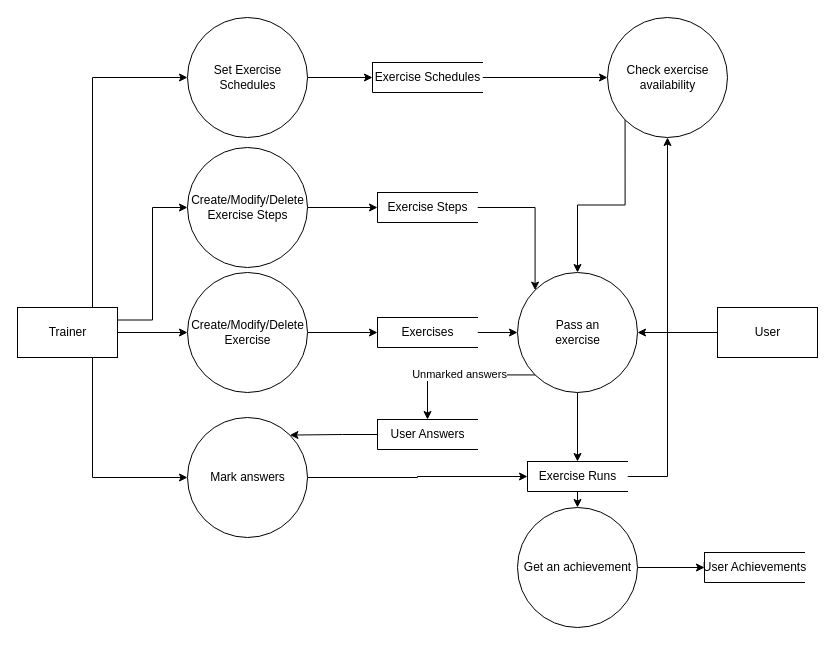
Before: page "Page-1" (1 of 2) of DFD/DFD.drawio in SneakBug8/BusinessAnalysis, a draw.io diagram. Source tidied: cells renumbered, new cells numbered last; positions are measured from the earlier drawing's top-left corner, leaving out a move shared by most shapes. Both pictures are drawn from the tidied source at 100%, with x=0, y=0 at pixel (17, 17).
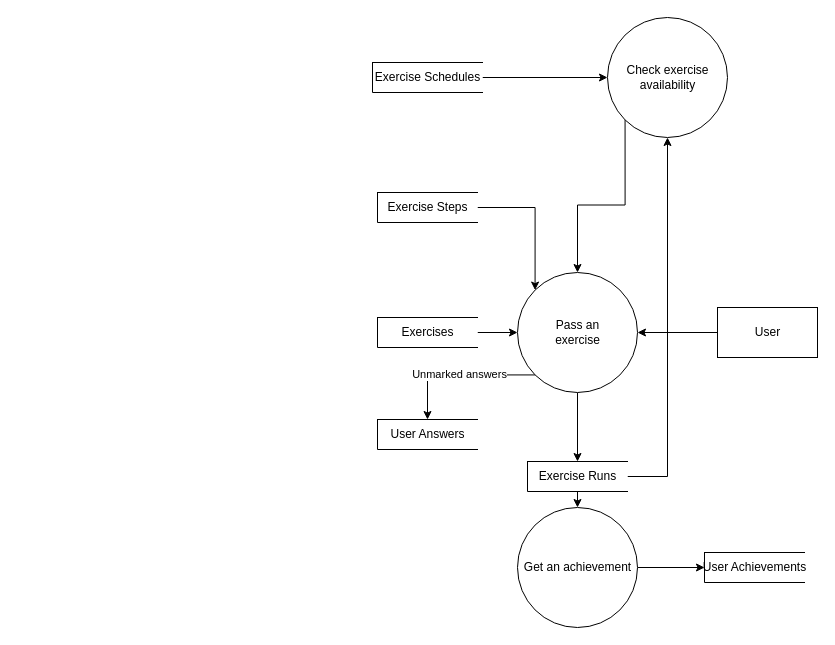
Above is the later version.

Unchanged cells that the change refers to:
```xml
<mxCell id="4" value="Exercise Runs" style="html=1;dashed=0;whitespace=wrap;shape=partialRectangle;right=0;comic=0;" parent="1" vertex="1">
  <mxGeometry x="510" y="444" width="100" height="30" as="geometry" />
</mxCell>
<mxCell id="7" value="Exercises" style="html=1;dashed=0;whitespace=wrap;shape=partialRectangle;right=0;comic=0;" parent="1" vertex="1">
  <mxGeometry x="360" y="300" width="100" height="30" as="geometry" />
</mxCell>
<mxCell id="9" value="Exercise Steps" style="html=1;dashed=0;whitespace=wrap;shape=partialRectangle;right=0;comic=0;" parent="1" vertex="1">
  <mxGeometry x="360" y="175" width="100" height="30" as="geometry" />
</mxCell>
<mxCell id="11" value="User Answers" style="html=1;dashed=0;whitespace=wrap;shape=partialRectangle;right=0;comic=0;" parent="1" vertex="1">
  <mxGeometry x="360" y="402" width="100" height="30" as="geometry" />
</mxCell>
<mxCell id="28" value="Exercise Schedules" style="html=1;dashed=0;whitespace=wrap;shape=partialRectangle;right=0;comic=0;" parent="1" vertex="1">
  <mxGeometry x="355" y="45" width="110" height="30" as="geometry" />
</mxCell>
```

Diff of the diagram source:
```diff
@@
-    <mxCell id="10" style="edgeStyle=orthogonalEdgeStyle;rounded=0;jettySize=auto;html=1;exitX=0;exitY=0.5;exitDx=0;exitDy=0;entryX=1;entryY=0;entryDx=0;entryDy=0;" parent="1" edge="1" source="11" target="32">
-      <mxGeometry relative="1" as="geometry" />
-    </mxCell>
@@
-    <mxCell id="17" style="edgeStyle=orthogonalEdgeStyle;rounded=0;jettySize=auto;html=1;exitX=1;exitY=0.5;exitDx=0;exitDy=0;entryX=0;entryY=0.5;entryDx=0;entryDy=0;" parent="1" edge="1" source="18" target="7">
-      <mxGeometry relative="1" as="geometry" />
-    </mxCell>
-    <mxCell id="18" value="Create/Modify/Delete&lt;br&gt;Exercise" style="shape=ellipse;html=1;dashed=0;whitespace=wrap;perimeter=ellipsePerimeter;comic=0;" parent="1" vertex="1">
-      <mxGeometry x="170" y="255" width="120" height="120" as="geometry" />
-    </mxCell>
-    <mxCell id="19" style="edgeStyle=orthogonalEdgeStyle;rounded=0;jettySize=auto;html=1;exitX=1;exitY=0.5;exitDx=0;exitDy=0;entryX=0;entryY=0.5;entryDx=0;entryDy=0;" parent="1" edge="1" source="23" target="18">
-      <mxGeometry relative="1" as="geometry" />
-    </mxCell>
-    <mxCell id="20" style="edgeStyle=orthogonalEdgeStyle;rounded=0;jettySize=auto;html=1;exitX=1;exitY=0.25;exitDx=0;exitDy=0;entryX=0;entryY=0.5;entryDx=0;entryDy=0;" parent="1" edge="1" source="23" target="25">
-      <mxGeometry relative="1" as="geometry" />
-    </mxCell>
-    <mxCell id="21" style="edgeStyle=orthogonalEdgeStyle;rounded=0;jettySize=auto;html=1;exitX=0.75;exitY=0;exitDx=0;exitDy=0;entryX=0;entryY=0.5;entryDx=0;entryDy=0;" parent="1" edge="1" source="23" target="30">
-      <mxGeometry relative="1" as="geometry" />
-    </mxCell>
-    <mxCell id="22" style="edgeStyle=orthogonalEdgeStyle;rounded=0;jettySize=auto;html=1;exitX=0.75;exitY=1;exitDx=0;exitDy=0;entryX=0;entryY=0.5;entryDx=0;entryDy=0;" parent="1" edge="1" source="23" target="32">
-      <mxGeometry relative="1" as="geometry" />
-    </mxCell>
-    <mxCell id="23" value="Trainer" style="html=1;dashed=0;whitespace=wrap;comic=0;" parent="1" vertex="1">
-      <mxGeometry y="290" width="100" height="50" as="geometry" />
-    </mxCell>
-    <mxCell id="24" style="edgeStyle=orthogonalEdgeStyle;rounded=0;jettySize=auto;html=1;exitX=1;exitY=0.5;exitDx=0;exitDy=0;entryX=0;entryY=0.5;entryDx=0;entryDy=0;" parent="1" edge="1" source="25" target="9">
-      <mxGeometry relative="1" as="geometry" />
-    </mxCell>
-    <mxCell id="25" value="Create/Modify/Delete&lt;br&gt;Exercise Steps" style="shape=ellipse;html=1;dashed=0;whitespace=wrap;perimeter=ellipsePerimeter;comic=0;" parent="1" vertex="1">
-      <mxGeometry x="170" y="130" width="120" height="120" as="geometry" />
-    </mxCell>
@@
-    <mxCell id="29" style="edgeStyle=orthogonalEdgeStyle;rounded=0;jettySize=auto;html=1;exitX=1;exitY=0.5;exitDx=0;exitDy=0;entryX=0;entryY=0.5;entryDx=0;entryDy=0;" parent="1" edge="1" source="30" target="28">
-      <mxGeometry relative="1" as="geometry" />
-    </mxCell>
-    <mxCell id="30" value="Set Exercise&lt;br&gt;Schedules" style="shape=ellipse;html=1;dashed=0;whitespace=wrap;perimeter=ellipsePerimeter;comic=0;" parent="1" vertex="1">
-      <mxGeometry x="170" width="120" height="120" as="geometry" />
-    </mxCell>
-    <mxCell id="31" style="edgeStyle=orthogonalEdgeStyle;rounded=0;jettySize=auto;html=1;exitX=1;exitY=0.5;exitDx=0;exitDy=0;entryX=0;entryY=0.5;entryDx=0;entryDy=0;" parent="1" edge="1" source="32" target="4">
-      <mxGeometry relative="1" as="geometry" />
-    </mxCell>
-    <mxCell id="32" value="Mark answers" style="shape=ellipse;html=1;dashed=0;whitespace=wrap;perimeter=ellipsePerimeter;comic=0;" parent="1" vertex="1">
-      <mxGeometry x="170" y="400" width="120" height="120" as="geometry" />
-    </mxCell>
```
